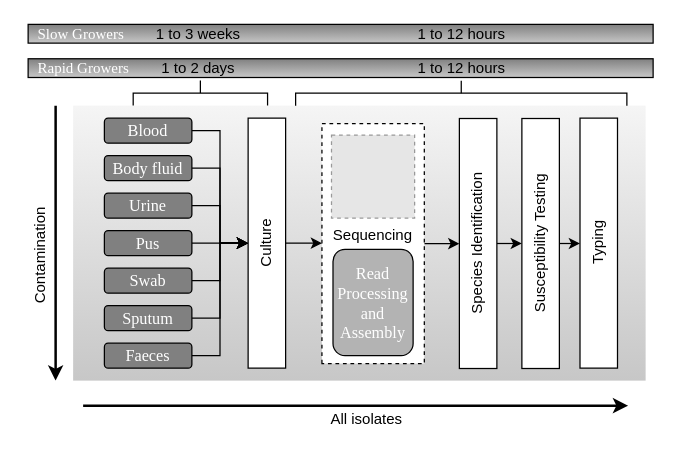
cimendes/PhD-Thesis keeps this draw.io diagram as figures/introduction/Figure 3/Figure 3.drawio. Above is the earlier version. Source tidied: cells renumbered, new cells numbered last; positions are measured from the earlier drawing's top-left corner, leaving out a move shared by most shapes. Both pictures are drawn from the tidied source at 125%, with x=0, y=0 at pixel (2, -74). Pictures stored in the file or linked from it are replaced by grey dashed boxes.
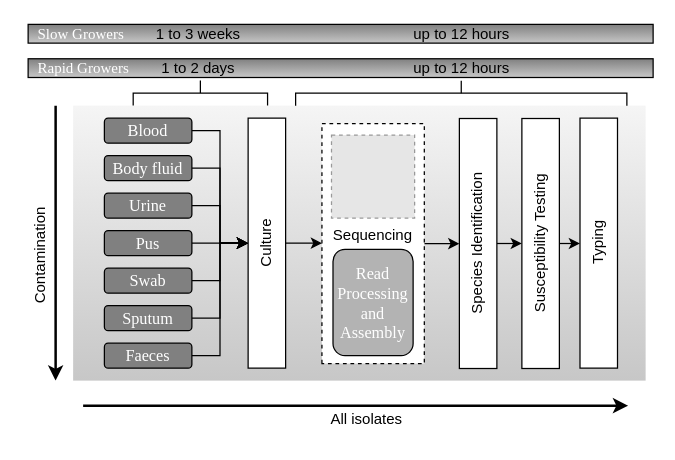
After the change.

What changed in the source:
```diff
@@
-    <mxCell id="27" value="1 to 12 hours" style="text;html=1;strokeColor=none;fillColor=none;align=center;verticalAlign=middle;whiteSpace=wrap;rounded=0;" parent="1" vertex="1">
+    <mxCell id="27" value="up to 12 hours" style="text;html=1;strokeColor=none;fillColor=none;align=center;verticalAlign=middle;whiteSpace=wrap;rounded=0;" parent="1" vertex="1">
       <mxGeometry x="316.5" y="103" width="100" height="20" as="geometry" />
     </mxCell>
@@
-    <mxCell id="32" value="1 to 12 hours" style="text;html=1;strokeColor=none;fillColor=none;align=center;verticalAlign=middle;whiteSpace=wrap;rounded=0;" parent="1" vertex="1">
+    <mxCell id="32" value="up to 12 hours" style="text;html=1;strokeColor=none;fillColor=none;align=center;verticalAlign=middle;whiteSpace=wrap;rounded=0;" parent="1" vertex="1">
       <mxGeometry x="316.5" y="75.5" width="100" height="20" as="geometry" />
     </mxCell>
```
